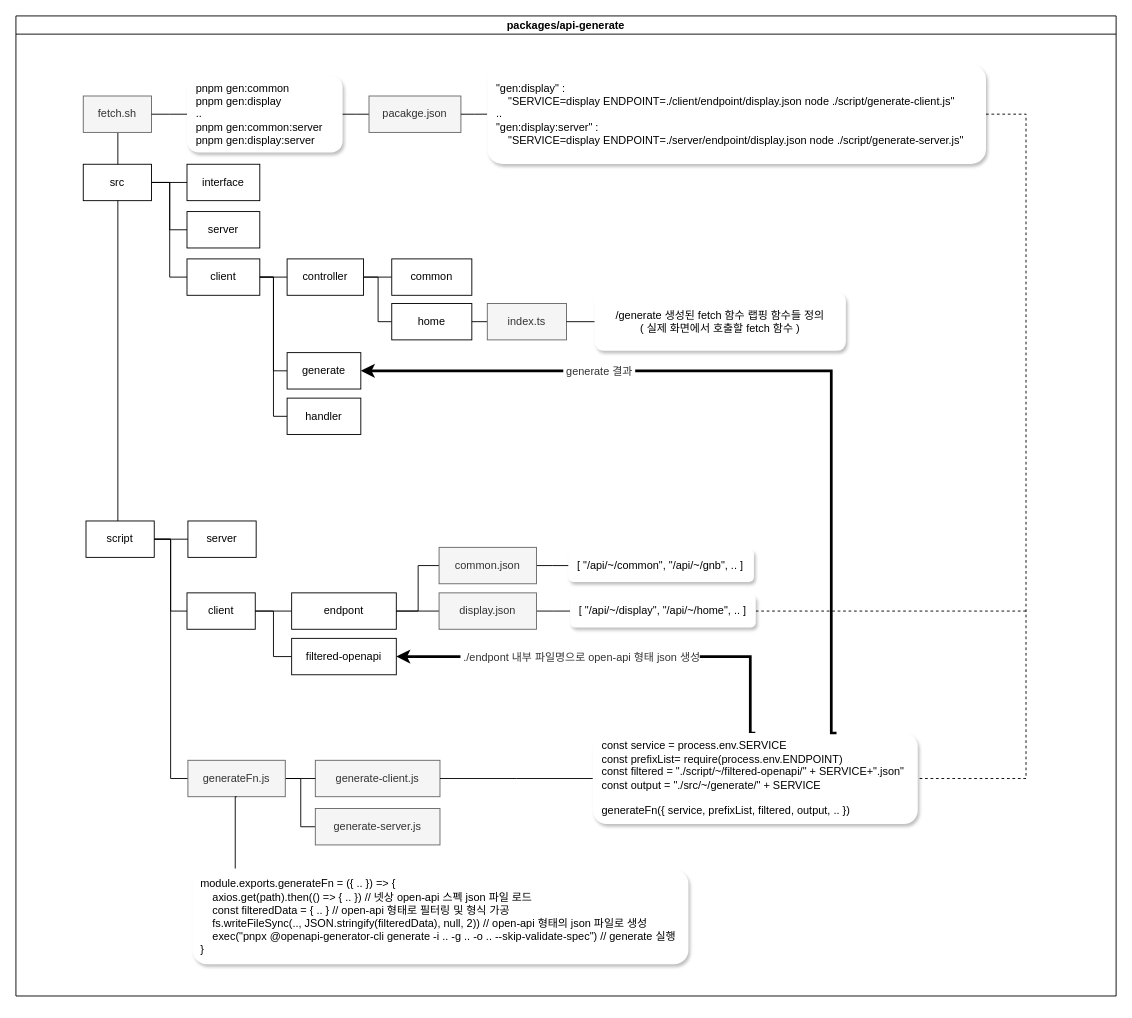
Before: openapi-generator-cli.drawio in wddo/drawio, a draw.io diagram. Source tidied: cells renumbered, new cells numbered last; positions are measured from the earlier drawing's top-left corner, leaving out a move shared by most shapes. Both pictures are drawn from the tidied source at 91%, with x=0, y=0 at pixel (15, 15).
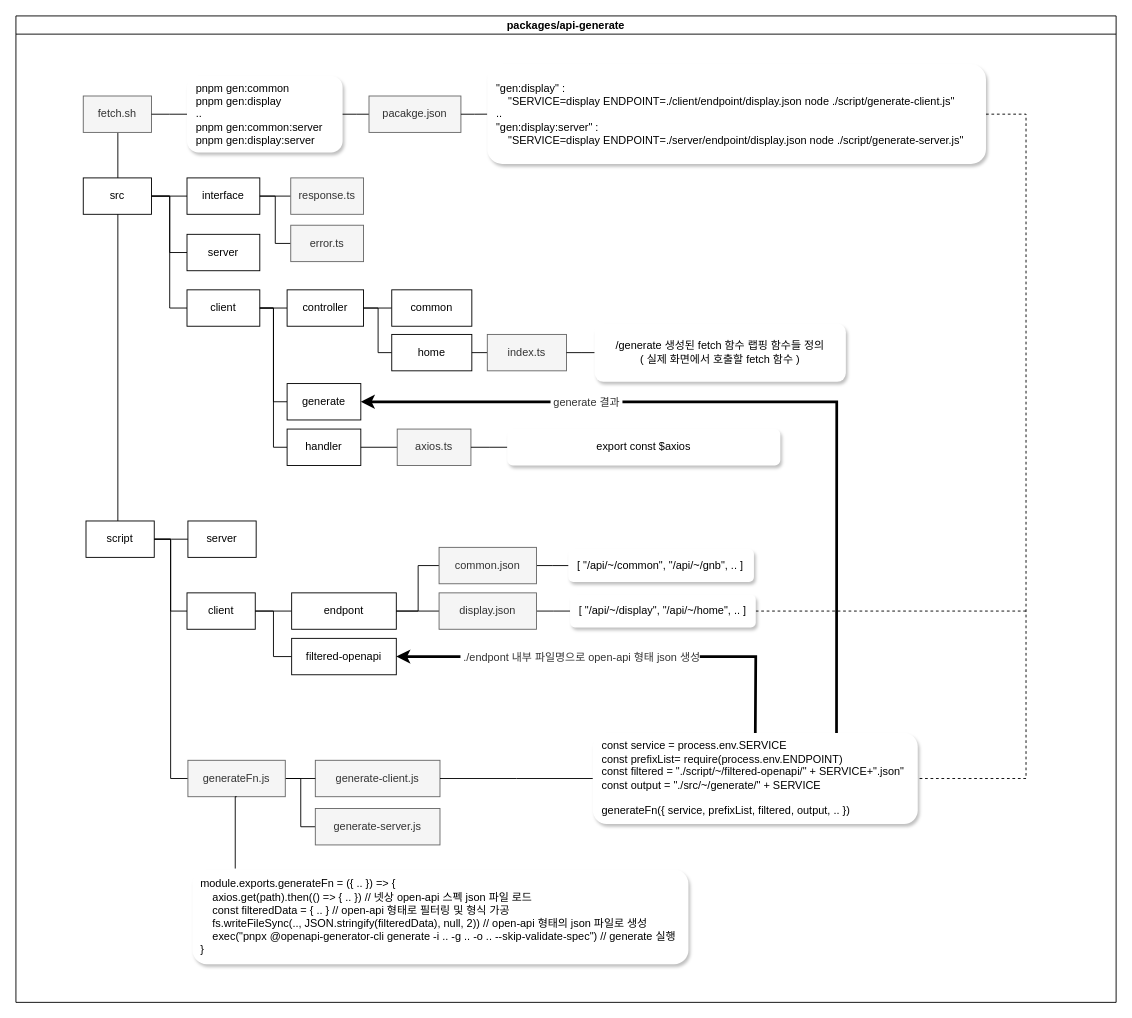
Above is the later version.

Unchanged cells that the change refers to:
```xml
<mxCell id="43" value="filtered-openapi" style="whiteSpace=wrap;html=1;newEdgeStyle={&quot;edgeStyle&quot;:&quot;elbowEdgeStyle&quot;,&quot;startArrow&quot;:&quot;none&quot;,&quot;endArrow&quot;:&quot;none&quot;};" parent="2" vertex="1">
  <mxGeometry x="303" y="684" width="115" height="40" as="geometry" />
</mxCell>
<mxCell id="63" value="&lt;div&gt;const service = process.env.SERVICE&lt;/div&gt;&lt;div&gt;const prefixList= require(process.env.ENDPOINT)&lt;/div&gt;&lt;div&gt;const filtered = &quot;./script/~/filtered-openapi/&quot; + SERVICE+&quot;.json&quot;&lt;/div&gt;&lt;div&gt;const output = &quot;./src/~/generate/&quot; + SERVICE&lt;/div&gt;&lt;div&gt;&lt;br&gt;&lt;div&gt;generateFn({ service, prefixList, filtered&lt;span style=&quot;background-color: transparent; color: light-dark(rgb(0, 0, 0), rgb(255, 255, 255));&quot;&gt;, output,&amp;nbsp;&lt;/span&gt;&lt;span style=&quot;background-color: transparent; color: light-dark(rgb(0, 0, 0), rgb(255, 255, 255));&quot;&gt;.. })&lt;/span&gt;&lt;/div&gt;&lt;/div&gt;" style="whiteSpace=wrap;html=1;newEdgeStyle={&quot;edgeStyle&quot;:&quot;elbowEdgeStyle&quot;,&quot;startArrow&quot;:&quot;none&quot;,&quot;endArrow&quot;:&quot;none&quot;};align=left;verticalAlign=middle;shadow=1;strokeColor=none;labelBorderColor=none;rounded=1;glass=0;spacing=10;" parent="2" vertex="1">
  <mxGeometry x="634" y="788" width="357" height="100" as="geometry" />
</mxCell>
```

Change to the diagram source:
```diff
@@
     <mxCell id="2" value="packages/api-generate" style="swimlane;startSize=20;horizontal=1;containerType=tree;align=center;" parent="1" vertex="1">
-      <mxGeometry width="1209" height="1077" as="geometry" />
+      <mxGeometry width="1209" height="1084" as="geometry" />
     </mxCell>
@@
     <mxCell id="4" value="src" style="whiteSpace=wrap;html=1;newEdgeStyle={&quot;edgeStyle&quot;:&quot;elbowEdgeStyle&quot;,&quot;startArrow&quot;:&quot;none&quot;,&quot;endArrow&quot;:&quot;none&quot;};" parent="2" vertex="1">
-      <mxGeometry x="74" y="163" width="75" height="40" as="geometry" />
+      <mxGeometry x="74" y="178" width="75" height="40" as="geometry" />
     </mxCell>
     <mxCell id="5" value="interface" style="whiteSpace=wrap;html=1;newEdgeStyle={&quot;edgeStyle&quot;:&quot;elbowEdgeStyle&quot;,&quot;startArrow&quot;:&quot;none&quot;,&quot;endArrow&quot;:&quot;none&quot;};" parent="2" vertex="1">
-      <mxGeometry x="188" y="163" width="80" height="40" as="geometry" />
+      <mxGeometry x="188" y="178" width="80" height="40" as="geometry" />
     </mxCell>
@@
     <mxCell id="7" value="server" style="whiteSpace=wrap;html=1;newEdgeStyle={&quot;edgeStyle&quot;:&quot;elbowEdgeStyle&quot;,&quot;startArrow&quot;:&quot;none&quot;,&quot;endArrow&quot;:&quot;none&quot;};" parent="2" vertex="1">
-      <mxGeometry x="188" y="215" width="80" height="40" as="geometry" />
+      <mxGeometry x="188" y="240" width="80" height="40" as="geometry" />
     </mxCell>
@@
     <mxCell id="9" value="client" style="whiteSpace=wrap;html=1;newEdgeStyle={&quot;edgeStyle&quot;:&quot;elbowEdgeStyle&quot;,&quot;startArrow&quot;:&quot;none&quot;,&quot;endArrow&quot;:&quot;none&quot;};" parent="2" vertex="1">
-      <mxGeometry x="188" y="267" width="80" height="40" as="geometry" />
+      <mxGeometry x="188" y="301" width="80" height="40" as="geometry" />
     </mxCell>
@@
     <mxCell id="11" value="controller" style="whiteSpace=wrap;html=1;newEdgeStyle={&quot;edgeStyle&quot;:&quot;elbowEdgeStyle&quot;,&quot;startArrow&quot;:&quot;none&quot;,&quot;endArrow&quot;:&quot;none&quot;};" parent="2" vertex="1">
-      <mxGeometry x="298" y="267" width="84" height="40" as="geometry" />
+      <mxGeometry x="298" y="301" width="84" height="40" as="geometry" />
     </mxCell>
@@
     <mxCell id="13" value="generate" style="whiteSpace=wrap;html=1;newEdgeStyle={&quot;edgeStyle&quot;:&quot;elbowEdgeStyle&quot;,&quot;startArrow&quot;:&quot;none&quot;,&quot;endArrow&quot;:&quot;none&quot;};" parent="2" vertex="1">
-      <mxGeometry x="298" y="370" width="81" height="40" as="geometry" />
+      <mxGeometry x="298" y="404" width="81" height="40" as="geometry" />
     </mxCell>
@@
     <mxCell id="15" value="handler" style="whiteSpace=wrap;html=1;newEdgeStyle={&quot;edgeStyle&quot;:&quot;elbowEdgeStyle&quot;,&quot;startArrow&quot;:&quot;none&quot;,&quot;endArrow&quot;:&quot;none&quot;};" parent="2" vertex="1">
-      <mxGeometry x="298" y="420" width="81" height="40" as="geometry" />
+      <mxGeometry x="298" y="454" width="81" height="40" as="geometry" />
     </mxCell>
@@
     <mxCell id="17" value="common" style="whiteSpace=wrap;html=1;newEdgeStyle={&quot;edgeStyle&quot;:&quot;elbowEdgeStyle&quot;,&quot;startArrow&quot;:&quot;none&quot;,&quot;endArrow&quot;:&quot;none&quot;};" parent="2" vertex="1">
-      <mxGeometry x="413" y="267" width="88" height="40" as="geometry" />
+      <mxGeometry x="413" y="301" width="88" height="40" as="geometry" />
     </mxCell>
@@
     <mxCell id="19" value="home" style="whiteSpace=wrap;html=1;newEdgeStyle={&quot;edgeStyle&quot;:&quot;elbowEdgeStyle&quot;,&quot;startArrow&quot;:&quot;none&quot;,&quot;endArrow&quot;:&quot;none&quot;};" parent="2" vertex="1">
-      <mxGeometry x="413" y="316" width="88" height="40" as="geometry" />
+      <mxGeometry x="413" y="350" width="88" height="40" as="geometry" />
     </mxCell>
@@
     <mxCell id="21" value="index.ts" style="whiteSpace=wrap;html=1;newEdgeStyle={&quot;edgeStyle&quot;:&quot;elbowEdgeStyle&quot;,&quot;startArrow&quot;:&quot;none&quot;,&quot;endArrow&quot;:&quot;none&quot;};fillColor=#f5f5f5;fontColor=#333333;strokeColor=#666666;" parent="2" vertex="1">
-      <mxGeometry x="518" y="316" width="87" height="40" as="geometry" />
+      <mxGeometry x="518" y="350" width="87" height="40" as="geometry" />
     </mxCell>
@@
     <mxCell id="23" value="/generate 생성된 fetch 함수 랩핑 함수들 정의&lt;div&gt;( 실제 화면에서 호출할 fetch 함수 )&lt;/div&gt;" style="whiteSpace=wrap;html=1;newEdgeStyle={&quot;edgeStyle&quot;:&quot;elbowEdgeStyle&quot;,&quot;startArrow&quot;:&quot;none&quot;,&quot;endArrow&quot;:&quot;none&quot;};align=center;verticalAlign=middle;shadow=1;strokeColor=none;labelBorderColor=none;rounded=1;glass=0;spacing=9;" parent="2" vertex="1">
-      <mxGeometry x="636" y="304" width="276" height="64" as="geometry" />
+      <mxGeometry x="636" y="338" width="276" height="64" as="geometry" />
     </mxCell>
@@
     <mxCell id="61" style="edgeStyle=elbowEdgeStyle;rounded=0;jettySize=auto;html=1;startArrow=none;endArrow=classic;entryX=1;entryY=0.5;entryDx=0;entryDy=0;fontFamily=Helvetica;fontSize=12;fontColor=#333333;strokeWidth=3;endFill=1;exitX=0.5;exitY=0;exitDx=0;exitDy=0;" parent="2" edge="1" source="63" target="43">
       <mxGeometry relative="1" as="geometry">
         <Array as="points">
-          <mxPoint x="807" y="737" />
+          <mxPoint x="813" y="743" />
         </Array>
       </mxGeometry>
     </mxCell>
@@
     <mxCell id="64" style="edgeStyle=elbowEdgeStyle;rounded=0;jettySize=auto;html=1;startArrow=none;endArrow=classic;entryX=1;entryY=0.5;entryDx=0;entryDy=0;fontFamily=Helvetica;fontSize=12;fontColor=#333333;strokeWidth=3;endFill=1;exitX=0.75;exitY=0;exitDx=0;exitDy=0;" parent="2" edge="1" source="63" target="13">
       <mxGeometry relative="1" as="geometry">
         <Array as="points">
-          <mxPoint x="896" y="589" />
+          <mxPoint x="902" y="588" />
         </Array>
       </mxGeometry>
     </mxCell>
@@
+    <mxCell id="66" style="edgeStyle=elbowEdgeStyle;rounded=0;jettySize=auto;html=1;elbow=horizontal;startArrow=none;endArrow=none;" parent="2" edge="1" source="15" target="67">
+      <mxGeometry relative="1" as="geometry" />
+    </mxCell>
+    <mxCell id="67" value="axios.ts" style="whiteSpace=wrap;html=1;newEdgeStyle={&quot;edgeStyle&quot;:&quot;elbowEdgeStyle&quot;,&quot;startArrow&quot;:&quot;none&quot;,&quot;endArrow&quot;:&quot;none&quot;};fillColor=#f5f5f5;fontColor=#333333;strokeColor=#666666;" parent="2" vertex="1">
+      <mxGeometry x="419" y="454" width="81" height="40" as="geometry" />
+    </mxCell>
+    <mxCell id="68" style="edgeStyle=elbowEdgeStyle;rounded=0;jettySize=auto;html=1;elbow=horizontal;startArrow=none;endArrow=none;" parent="2" edge="1" source="67" target="69">
+      <mxGeometry relative="1" as="geometry" />
+    </mxCell>
+    <mxCell id="69" value="export const $axios" style="whiteSpace=wrap;html=1;newEdgeStyle={&quot;edgeStyle&quot;:&quot;elbowEdgeStyle&quot;,&quot;startArrow&quot;:&quot;none&quot;,&quot;endArrow&quot;:&quot;none&quot;};align=center;verticalAlign=middle;shadow=1;strokeColor=none;labelBorderColor=none;rounded=1;glass=0;spacing=9;" parent="2" vertex="1">
+      <mxGeometry x="540" y="454" width="300" height="40" as="geometry" />
+    </mxCell>
+    <mxCell id="70" style="edgeStyle=elbowEdgeStyle;elbow=vertical;sourcePerimeterSpacing=0;targetPerimeterSpacing=0;startArrow=none;endArrow=none;rounded=0;curved=0;entryX=0;entryY=0.5;entryDx=0;entryDy=0;exitX=1;exitY=0.5;exitDx=0;exitDy=0;" parent="2" edge="1" source="5" target="72">
+      <mxGeometry relative="1" as="geometry" />
+    </mxCell>
+    <mxCell id="71" style="edgeStyle=elbowEdgeStyle;rounded=0;jettySize=auto;html=1;startArrow=none;endArrow=none;entryX=0;entryY=0.5;entryDx=0;entryDy=0;fontFamily=Helvetica;fontSize=12;fontColor=#333333;exitX=1;exitY=0.5;exitDx=0;exitDy=0;" parent="2" edge="1" source="5" target="73">
+      <mxGeometry relative="1" as="geometry" />
+    </mxCell>
+    <mxCell id="72" value="response.ts" style="whiteSpace=wrap;html=1;newEdgeStyle={&quot;edgeStyle&quot;:&quot;elbowEdgeStyle&quot;,&quot;startArrow&quot;:&quot;none&quot;,&quot;endArrow&quot;:&quot;none&quot;};fillColor=#f5f5f5;fontColor=#333333;strokeColor=#666666;" parent="2" vertex="1">
+      <mxGeometry x="302" y="178" width="80" height="40" as="geometry" />
+    </mxCell>
+    <mxCell id="73" value="error.ts" style="whiteSpace=wrap;html=1;newEdgeStyle={&quot;edgeStyle&quot;:&quot;elbowEdgeStyle&quot;,&quot;startArrow&quot;:&quot;none&quot;,&quot;endArrow&quot;:&quot;none&quot;};fillColor=#f5f5f5;fontColor=#333333;strokeColor=#666666;" parent="2" vertex="1">
+      <mxGeometry x="302" y="230" width="80" height="40" as="geometry" />
+    </mxCell>
```
